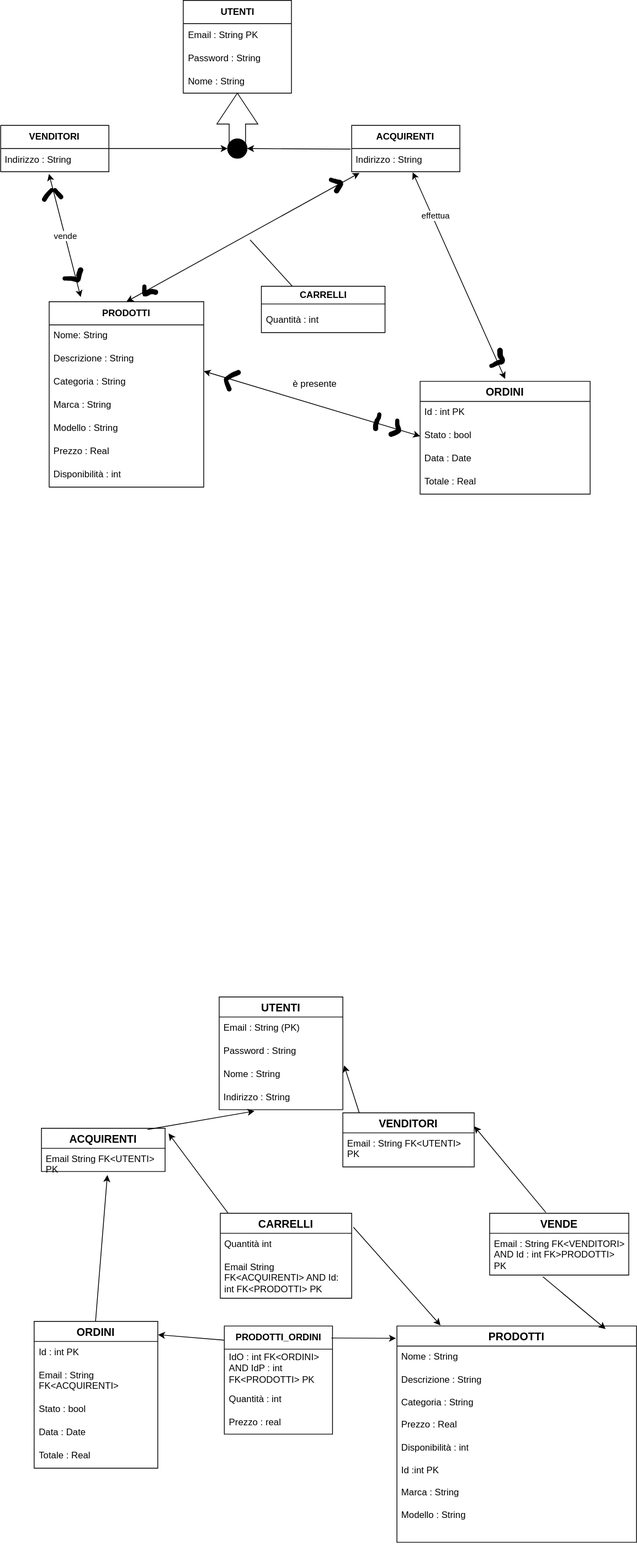
This is 2023-2024/Basi di Dati/Progetto/Diagramma E-Commerce.svg from paolotito1803/Informatica, a draw.io export, as it was before one commit. Source tidied: cells renumbered, new cells last; positions are measured from the earlier drawing's top-left corner, leaving out a move shared by most shapes.
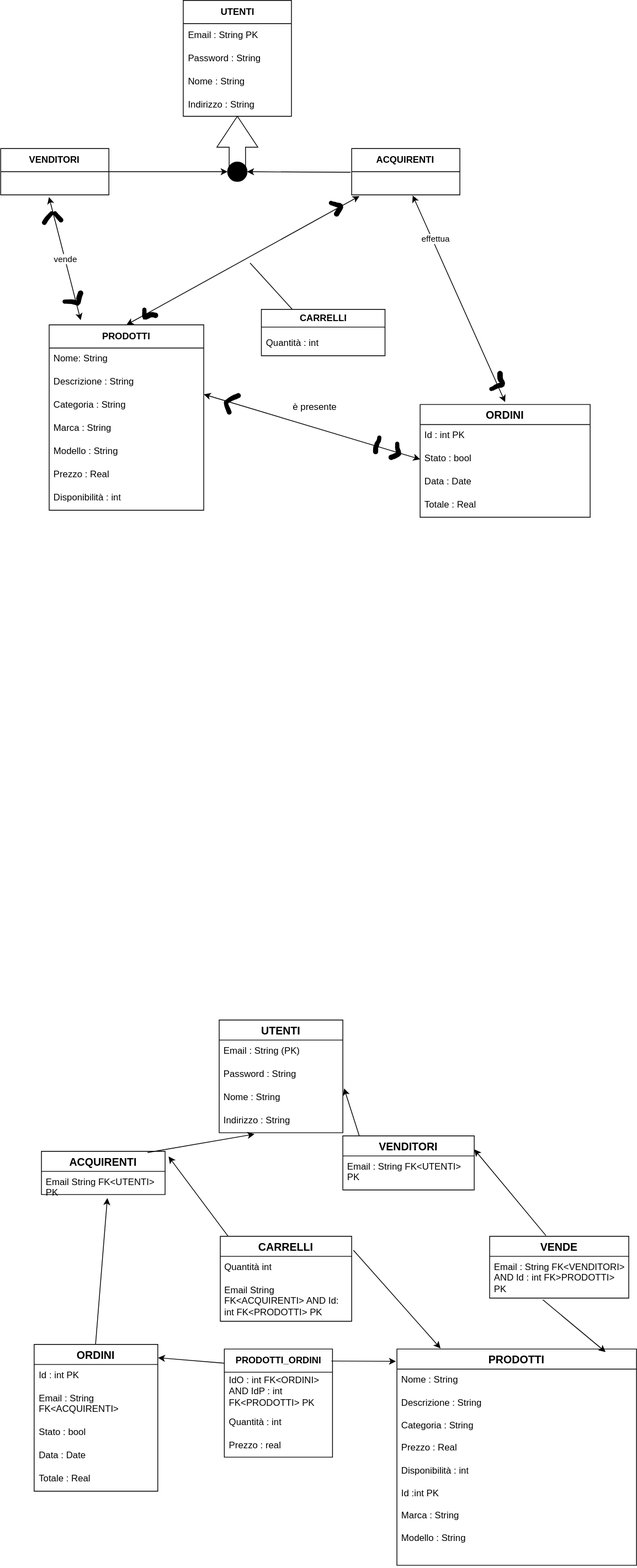
The same diagram one commit later.

Commit message:
Aggiornamento schema

Change to the diagram source:
```diff
@@ -2,8 +2,10 @@
   <root>
     <mxCell id="0" />
     <mxCell id="1" parent="0" />
-    <mxCell id="2" style="endArrow=classic;startArrow=classic;html=1;rounded=0;exitX=0.446;exitY=1.093;exitDx=0;exitDy=0;exitPerimeter=0;entryX=0.204;entryY=-0.025;entryDx=0;entryDy=0;entryPerimeter=0;" parent="1" edge="1" source="48" target="51">
-      <mxGeometry relative="1" as="geometry" />
+    <mxCell id="2" style="endArrow=classic;startArrow=classic;html=1;rounded=0;exitX=0.446;exitY=1.093;exitDx=0;exitDy=0;exitPerimeter=0;entryX=0.204;entryY=-0.025;entryDx=0;entryDy=0;entryPerimeter=0;" parent="1" edge="1" target="51">
+      <mxGeometry relative="1" as="geometry">
+        <mxPoint x="62.7" y="224.6" as="sourcePoint" />
+      </mxGeometry>
     </mxCell>
     <mxCell id="3" value="vende" style="edgeLabel;html=1;align=center;verticalAlign=middle;" parent="2" vertex="1">
       <mxGeometry x="0.01" relative="1" as="geometry" />
@@ -17,12 +19,15 @@
     <mxCell id="6" style="endArrow=classic;html=1;rounded=0;entryX=0;entryY=0.5;entryDx=0;entryDy=0;exitX=1;exitY=0.5;exitDx=0;exitDy=0;" parent="1" edge="1" source="47" target="5">
       <mxGeometry relative="1" as="geometry" />
     </mxCell>
-    <mxCell id="7" style="endArrow=classic;html=1;rounded=0;entryX=1;entryY=0.5;entryDx=0;entryDy=0;exitX=-0.01;exitY=0.025;exitDx=0;exitDy=0;exitPerimeter=0;" parent="1" edge="1" source="50" target="5">
-      <mxGeometry relative="1" as="geometry" />
+    <mxCell id="7" style="endArrow=classic;html=1;rounded=0;entryX=1;entryY=0.5;entryDx=0;entryDy=0;exitX=-0.01;exitY=0.025;exitDx=0;exitDy=0;exitPerimeter=0;" parent="1" edge="1" target="5">
+      <mxGeometry relative="1" as="geometry">
+        <mxPoint x="453" y="192.6" as="sourcePoint" />
+      </mxGeometry>
     </mxCell>
-    <mxCell id="8" style="endArrow=classic;startArrow=classic;html=1;rounded=0;entryX=0.564;entryY=1.025;entryDx=0;entryDy=0;entryPerimeter=0;" parent="1" edge="1" target="50">
+    <mxCell id="8" style="endArrow=classic;startArrow=classic;html=1;rounded=0;entryX=0.564;entryY=1.025;entryDx=0;entryDy=0;entryPerimeter=0;" parent="1" edge="1">
       <mxGeometry relative="1" as="geometry">
         <mxPoint x="653" y="490" as="sourcePoint" />
+        <mxPoint x="533.4" y="222.6" as="targetPoint" />
       </mxGeometry>
     </mxCell>
     <mxCell id="9" value="effettua" style="edgeLabel;html=1;align=center;verticalAlign=middle;" parent="8" vertex="1">
@@ -132,7 +137,7 @@
       <mxGeometry relative="1" as="geometry" />
     </mxCell>
     <mxCell id="43" value="&lt;b&gt;UTENTI&lt;/b&gt;" style="swimlane;fontStyle=0;horizontal=1;startSize=30;whiteSpace=wrap;html=1;" parent="1" vertex="1">
-      <mxGeometry x="236.5" width="140" height="120" as="geometry" />
+      <mxGeometry x="236.5" y="-30" width="140" height="150" as="geometry" />
     </mxCell>
     <mxCell id="44" value="Email : String PK" style="text;strokeColor=none;fillColor=none;align=left;verticalAlign=middle;spacingLeft=4;spacingRight=4;overflow=hidden;whiteSpace=wrap;html=1;" parent="43" vertex="1">
       <mxGeometry y="30" width="140" height="30" as="geometry" />
@@ -143,18 +148,15 @@
     <mxCell id="46" value="Nome : String" style="text;strokeColor=none;fillColor=none;align=left;verticalAlign=middle;spacingLeft=4;spacingRight=4;overflow=hidden;whiteSpace=wrap;html=1;" parent="43" vertex="1">
       <mxGeometry y="90" width="140" height="30" as="geometry" />
     </mxCell>
+    <mxCell id="84" value="Indirizzo : String" style="text;strokeColor=none;fillColor=none;align=left;verticalAlign=middle;spacingLeft=4;spacingRight=4;overflow=hidden;whiteSpace=wrap;html=1;" parent="43" vertex="1">
+      <mxGeometry y="120" width="140" height="30" as="geometry" />
+    </mxCell>
     <mxCell id="47" value="&lt;b&gt;VENDITORI&lt;/b&gt;" style="swimlane;fontStyle=0;horizontal=1;startSize=30;whiteSpace=wrap;html=1;" parent="1" vertex="1">
       <mxGeometry x="0.3" y="161.8" width="140" height="60" as="geometry" />
     </mxCell>
-    <mxCell id="48" value="Indirizzo : String" style="text;strokeColor=none;fillColor=none;align=left;verticalAlign=middle;spacingLeft=4;spacingRight=4;overflow=hidden;points=[[0,0.5],[1,0.5]];portConstraint=eastwest;whiteSpace=wrap;html=1;" parent="47" vertex="1">
-      <mxGeometry y="30" width="140" height="30" as="geometry" />
-    </mxCell>
     <mxCell id="49" value="&lt;b&gt;ACQUIRENTI&lt;/b&gt;" style="swimlane;fontStyle=0;horizontal=1;startSize=30;whiteSpace=wrap;html=1;" parent="1" vertex="1">
       <mxGeometry x="454.4" y="161.8" width="140" height="60" as="geometry" />
     </mxCell>
-    <mxCell id="50" value="Indirizzo : String" style="text;strokeColor=none;fillColor=none;align=left;verticalAlign=middle;spacingLeft=4;spacingRight=4;overflow=hidden;points=[[0,0.5],[1,0.5]];portConstraint=eastwest;whiteSpace=wrap;html=1;" parent="49" vertex="1">
-      <mxGeometry y="30" width="140" height="30" as="geometry" />
-    </mxCell>
     <mxCell id="51" value="&lt;b&gt;PRODOTTI&lt;/b&gt;" style="swimlane;fontStyle=0;horizontal=1;startSize=30;whiteSpace=wrap;html=1;" parent="1" vertex="1">
       <mxGeometry x="63" y="390" width="200" height="240" as="geometry" />
     </mxCell>
@@ -194,8 +196,10 @@
     <mxCell id="63" value="Totale : Real" style="text;strokeColor=none;fillColor=none;spacingLeft=4;spacingRight=4;overflow=hidden;fontSize=12;whiteSpace=wrap;html=1;" parent="59" vertex="1">
       <mxGeometry y="116" width="220" height="30" as="geometry" />
     </mxCell>
-    <mxCell id="64" style="endArrow=classic;startArrow=classic;html=1;rounded=0;exitX=0.5;exitY=0;exitDx=0;exitDy=0;entryX=0.073;entryY=1.052;entryDx=0;entryDy=0;entryPerimeter=0;" parent="1" edge="1" source="51" target="50">
-      <mxGeometry relative="1" as="geometry" />
+    <mxCell id="64" style="endArrow=classic;startArrow=classic;html=1;rounded=0;exitX=0.5;exitY=0;exitDx=0;exitDy=0;entryX=0.073;entryY=1.052;entryDx=0;entryDy=0;entryPerimeter=0;" parent="1" edge="1" source="51">
+      <mxGeometry relative="1" as="geometry">
+        <mxPoint x="464.6" y="223.4" as="targetPoint" />
+      </mxGeometry>
     </mxCell>
     <mxCell id="65" style="endArrow=none;html=1;rounded=0;entryX=0.25;entryY=0;entryDx=0;entryDy=0;" parent="1" edge="1" target="66">
       <mxGeometry relative="1" as="geometry">
```
